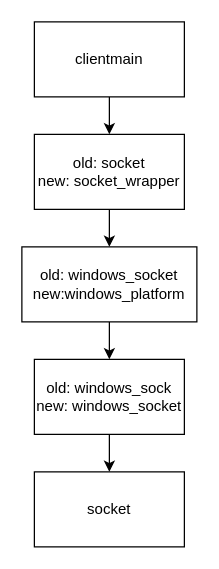
Bobscorn/ptop keeps this draw.io diagram as doc/renamed class structure.drawio. Above is the earlier version. Source tidied: cells renumbered, new cells numbered last; positions are measured from the earlier drawing's top-left corner, leaving out a move shared by most shapes. Both pictures are drawn from the tidied source at 125%, with x=0, y=0 at pixel (21, 21).
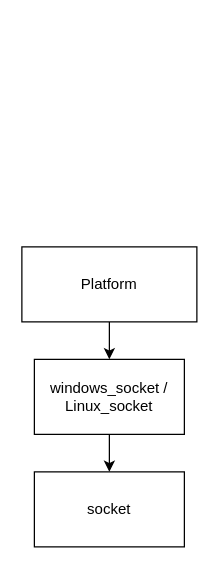
The same page after the edit.

Change to the diagram source:
```diff
@@
 <mxGraphModel>
   <root>
     <mxCell id="0" />
     <mxCell id="1" parent="0" />
-    <mxCell id="2" style="edgeStyle=orthogonalEdgeStyle;rounded=0;jettySize=auto;html=1;entryX=0.5;entryY=0;entryDx=0;entryDy=0;" parent="1" edge="1" source="3" target="10">
-      <mxGeometry relative="1" as="geometry" />
-    </mxCell>
-    <mxCell id="3" value="clientmain" style="rounded=0;whiteSpace=wrap;html=1;" parent="1" vertex="1">
-      <mxGeometry x="10" width="120" height="60" as="geometry" />
-    </mxCell>
     <mxCell id="4" style="edgeStyle=orthogonalEdgeStyle;rounded=0;jettySize=auto;html=1;" parent="1" edge="1" source="5" target="7">
       <mxGeometry relative="1" as="geometry" />
     </mxCell>
-    <mxCell id="5" value="old: windows_socket&lt;br&gt;new:windows_platform" style="whiteSpace=wrap;html=1;rounded=0;" parent="1" vertex="1">
+    <mxCell id="5" value="Platform" style="whiteSpace=wrap;html=1;rounded=0;" parent="1" vertex="1">
       <mxGeometry y="180" width="140" height="60" as="geometry" />
     </mxCell>
     <mxCell id="6" style="edgeStyle=orthogonalEdgeStyle;rounded=0;jettySize=auto;html=1;" parent="1" edge="1" source="7" target="8">
       <mxGeometry relative="1" as="geometry" />
     </mxCell>
-    <mxCell id="7" value="old: windows_sock&lt;br&gt;new: windows_socket" style="whiteSpace=wrap;html=1;rounded=0;" parent="1" vertex="1">
+    <mxCell id="7" value="windows_socket /&lt;br&gt;Linux_socket" style="whiteSpace=wrap;html=1;rounded=0;" parent="1" vertex="1">
       <mxGeometry x="10" y="270" width="120" height="60" as="geometry" />
     </mxCell>
     <mxCell id="8" value="socket" style="whiteSpace=wrap;html=1;rounded=0;" parent="1" vertex="1">
       <mxGeometry x="10" y="360" width="120" height="60" as="geometry" />
     </mxCell>
-    <mxCell id="9" style="edgeStyle=orthogonalEdgeStyle;rounded=0;jettySize=auto;html=1;" parent="1" edge="1" source="10" target="5">
-      <mxGeometry relative="1" as="geometry" />
-    </mxCell>
-    <mxCell id="10" value="old: socket&lt;br&gt;new: socket_wrapper" style="whiteSpace=wrap;html=1;rounded=0;" parent="1" vertex="1">
-      <mxGeometry x="10" y="90" width="120" height="60" as="geometry" />
-    </mxCell>
   </root>
 </mxGraphModel>
```
